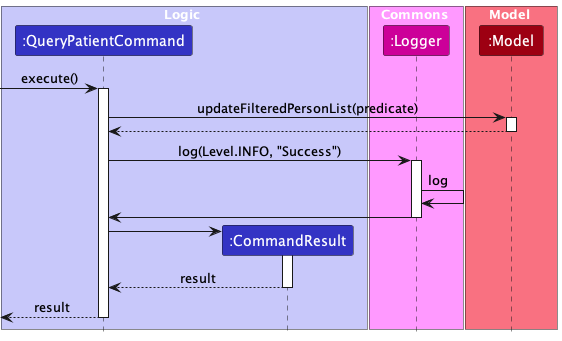
Before: docs/images/QueryPatientCommandExecuteSequenceDiagram.png, a diagram exported from PlantUML (alfaloo/tp).
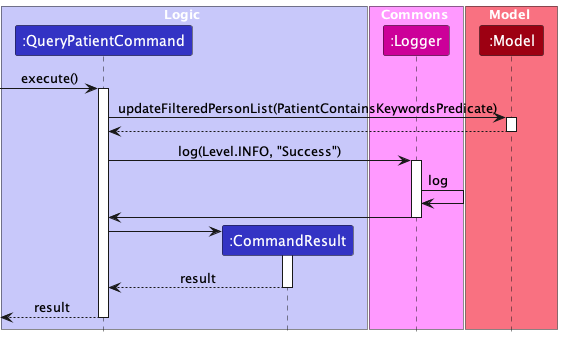
The same file after the commit.

What changed in the source:
```diff
@@ -18,7 +18,7 @@
 [-> QueryPatientCommand : execute()
 activate QueryPatientCommand
 
-QueryPatientCommand -> Model : updateFilteredPersonList(predicate)
+QueryPatientCommand -> Model : updateFilteredPersonList(PatientContainsKeywordsPredicate)
 activate Model
 
 Model --> QueryPatientCommand
```
